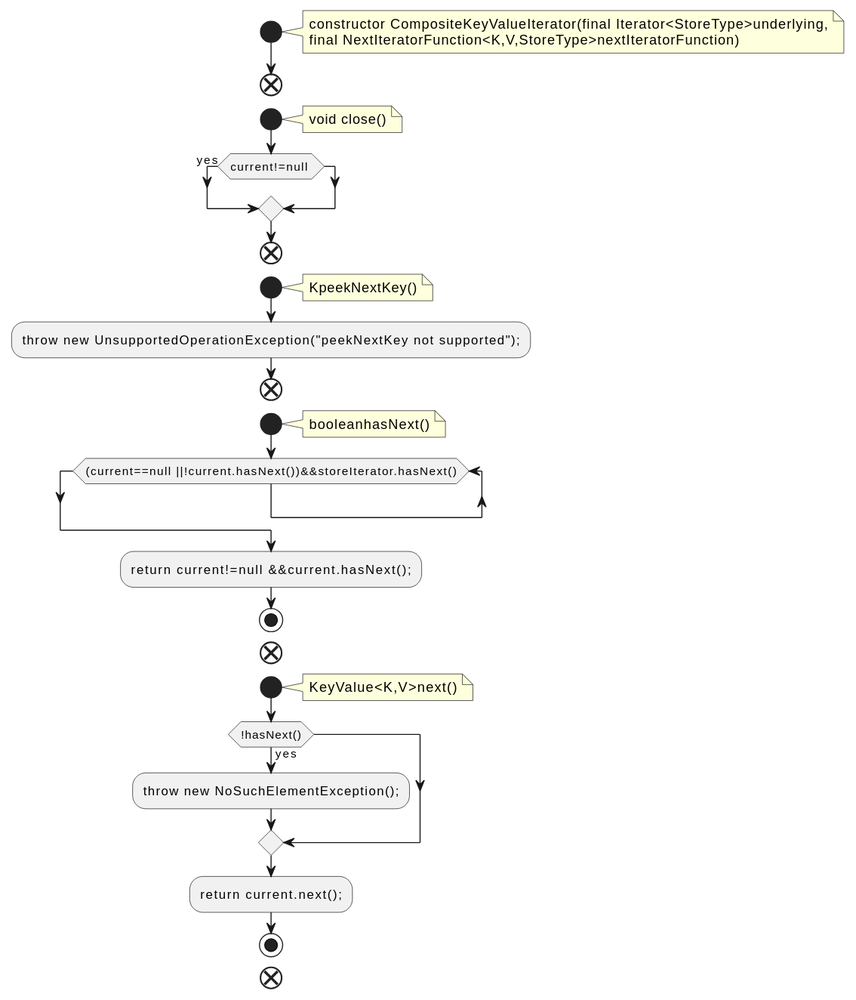
This is docs/qc/streams/src/main/java/org/apache/kafka/streams/state/internals/CompositeKeyValueIterator.java.fct.svg from qualitesys/kafka, a PlantUML export, as it was before one commit.
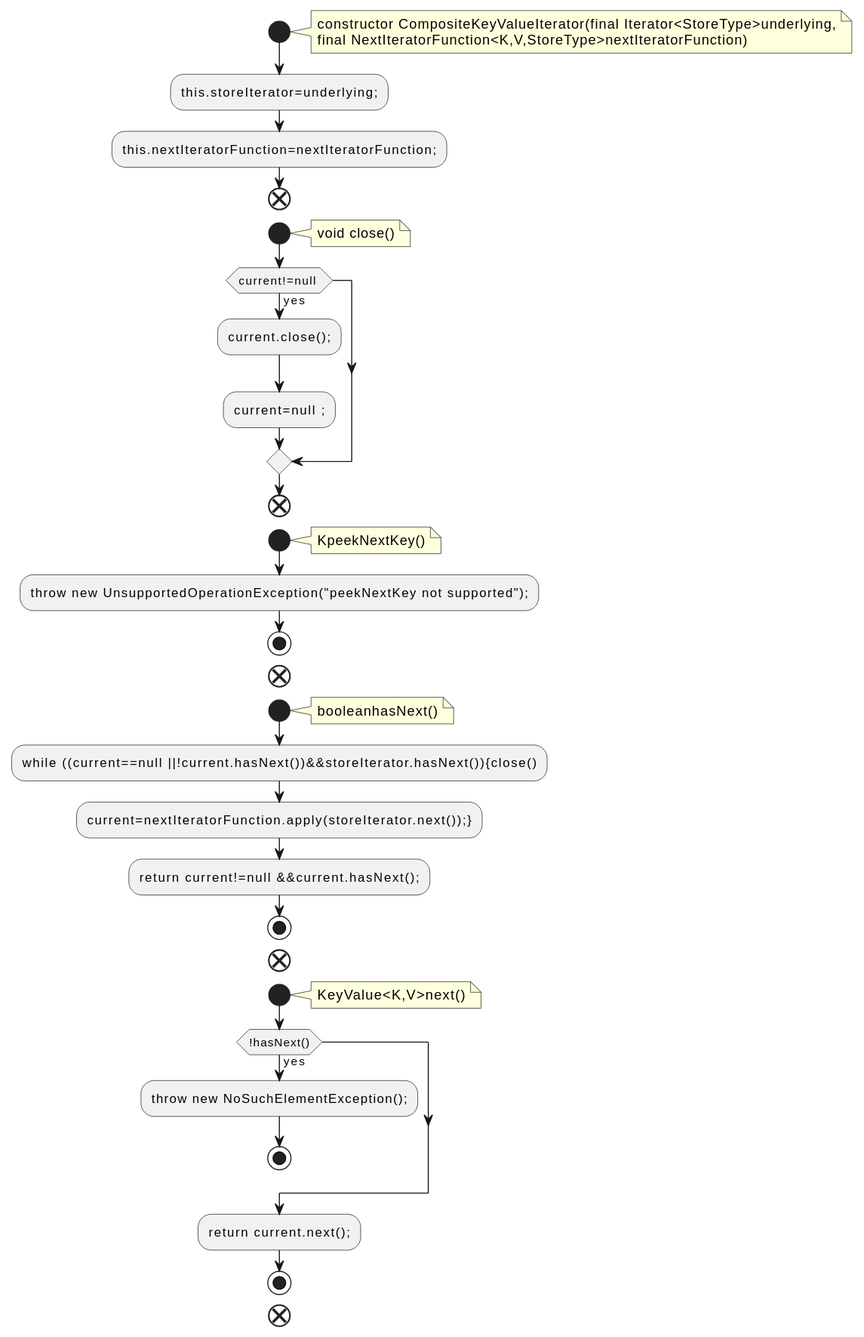
Above is the later version.

Diff of the diagram source:
```diff
@@ -5,12 +5,16 @@
 constructor CompositeKeyValueIterator(final Iterator<StoreType>underlying,
 final NextIteratorFunction<K,V,StoreType>nextIteratorFunction)
 end note
+:this.storeIterator=underlying;;
+:this.nextIteratorFunction=nextIteratorFunction;;
 end
 start
 note right
 void close()
 end note
 if (current!=null ) then (yes)
+:current.close();;
+:current=null ;;
 endif
 end
 start
@@ -18,13 +22,14 @@
 KpeekNextKey()
 end note
 :throw new UnsupportedOperationException("peekNextKey not supported");;
+stop
 end
 start
 note right
 booleanhasNext()
 end note
-while ((current==null ||!current.hasNext())&&storeIterator.hasNext())
-endwhile
+:while ((current==null ||!current.hasNext())&&storeIterator.hasNext()){close();
+:current=nextIteratorFunction.apply(storeIterator.next());};
 :return current!=null &&current.hasNext();;
 stop
 end
@@ -34,6 +39,7 @@
 end note
 if (!hasNext()) then (yes)
 :throw new NoSuchElementException();;
+stop
 endif
 :return current.next();;
 stop
```
